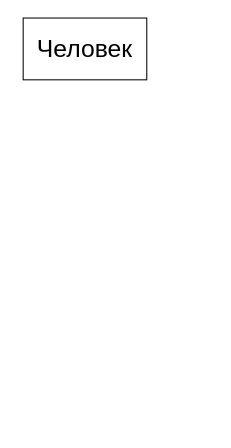
Earlier version of the draw.io diagram Temperament.drawio (dibovdmitry/Expert-Systems). Source tidied: cells renumbered, new cells numbered last; positions are measured from the earlier drawing's top-left corner, leaving out a move shared by most shapes. Both pictures are drawn from the tidied source at 103%, with x=0, y=0 at pixel (23, 18).
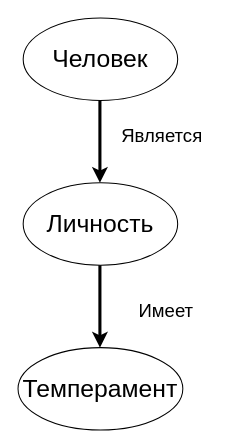
Above is the later version.

Diff of the diagram source:
```diff
@@
 <mxGraphModel>
   <root>
     <mxCell id="0" />
     <mxCell id="1" parent="0" />
+    <mxCell id="3" style="endArrow=classic;html=1;rounded=0;fontSize=12;strokeWidth=3;" parent="1" edge="1">
+      <mxGeometry relative="1" as="geometry">
+        <mxPoint x="74.5" y="80" as="sourcePoint" />
+        <mxPoint x="74.5" y="160" as="targetPoint" />
+      </mxGeometry>
+    </mxCell>
-    <mxCell id="2" value="Человек" style="rounded=0;whiteSpace=wrap;html=1;fontSize=24;" parent="1" vertex="1">
-      <mxGeometry width="120" height="60" as="geometry" />
+    <mxCell id="2" value="Человек" style="ellipse;whiteSpace=wrap;html=1;fontSize=24;" parent="1" vertex="1">
+      <mxGeometry width="150" height="80" as="geometry" />
     </mxCell>
+    <mxCell id="4" value="Личность" style="ellipse;whiteSpace=wrap;html=1;fontSize=24;" parent="1" vertex="1">
+      <mxGeometry y="160" width="150" height="80" as="geometry" />
+    </mxCell>
+    <mxCell id="5" value="Темперамент" style="ellipse;whiteSpace=wrap;html=1;fontSize=24;" parent="1" vertex="1">
+      <mxGeometry x="-5" y="320" width="160" height="80" as="geometry" />
+    </mxCell>
+    <mxCell id="6" style="endArrow=classic;html=1;rounded=0;fontSize=12;strokeWidth=3;" parent="1" edge="1">
+      <mxGeometry relative="1" as="geometry">
+        <mxPoint x="74.5" y="240" as="sourcePoint" />
+        <mxPoint x="74.5" y="320" as="targetPoint" />
+      </mxGeometry>
+    </mxCell>
+    <mxCell id="7" value="Является" style="text;html=1;align=center;verticalAlign=middle;whiteSpace=wrap;rounded=0;fontSize=18;" parent="1" vertex="1">
+      <mxGeometry x="90" y="100" width="90" height="30" as="geometry" />
+    </mxCell>
+    <mxCell id="8" value="Имеет" style="text;html=1;align=center;verticalAlign=middle;whiteSpace=wrap;rounded=0;fontSize=18;" parent="1" vertex="1">
+      <mxGeometry x="94" y="270" width="90" height="30" as="geometry" />
+    </mxCell>
   </root>
 </mxGraphModel>
```
